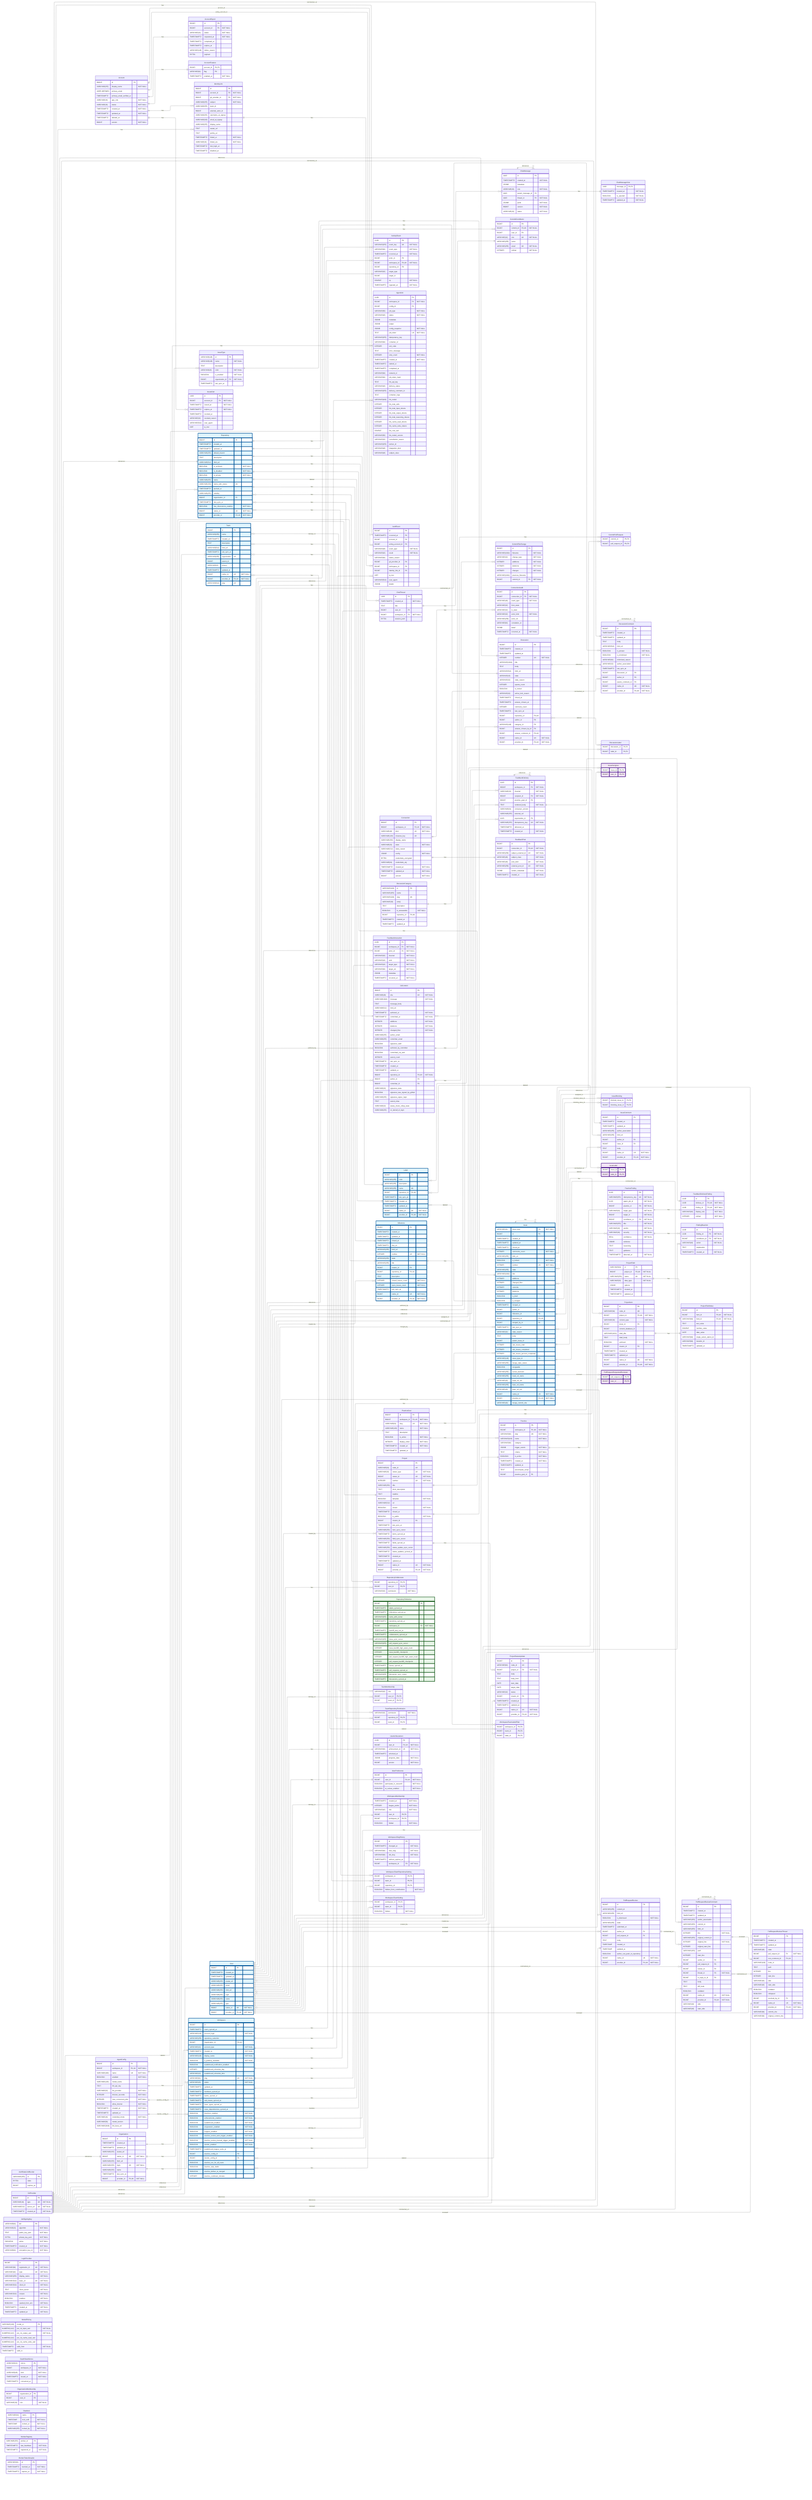
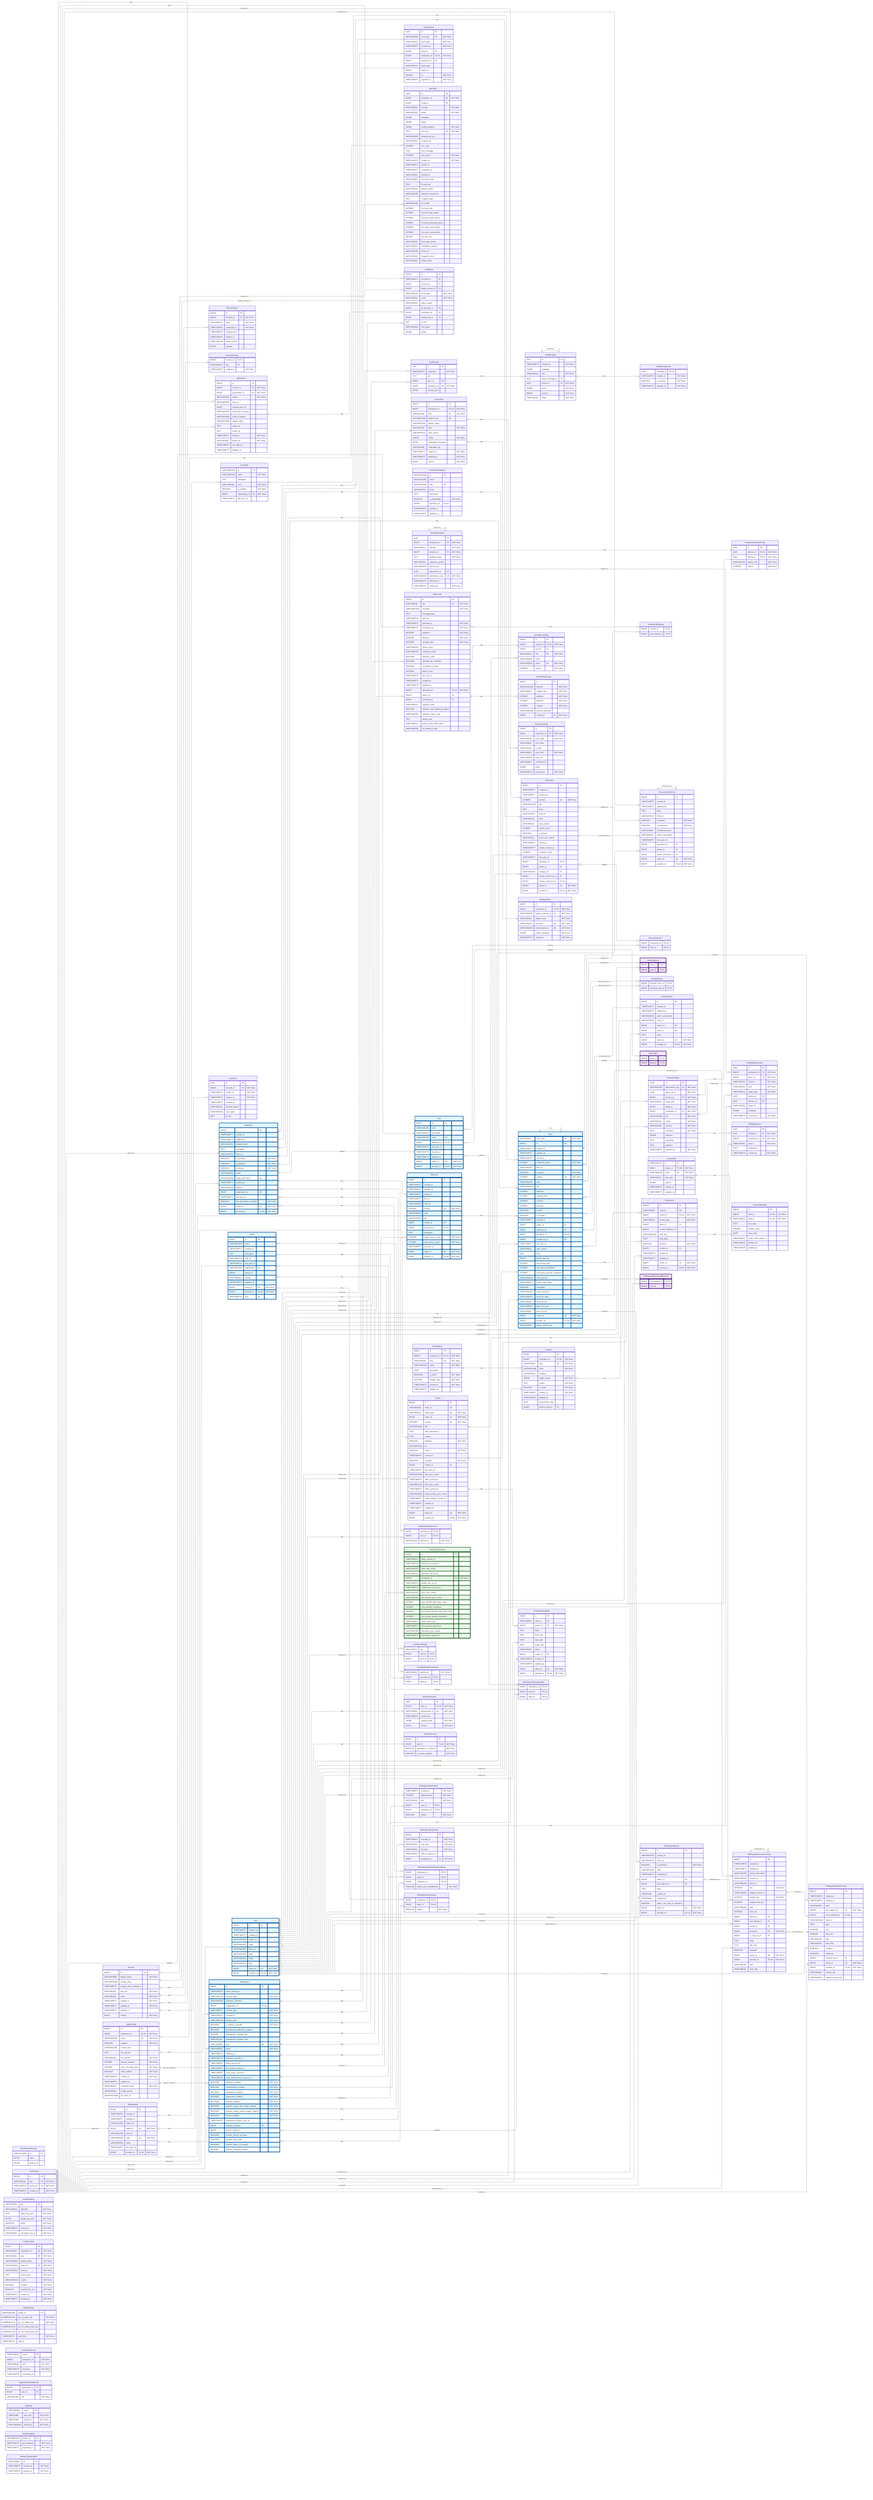
---
config:
    layout: elk
---
erDiagram
    %% Generated automatically from PostgreSQL database schema
    %% using scripts/generate-mermaid-erd.ts
    %% To regenerate: pnpm run db:generate-erd-docs

    direction LR

    Account {
        BIGINT id PK
        VARCHAR(255) display_name "NOT NULL"
        USER-DEFINED primary_email
        TIMESTAMPTZ primary_email_verified_at
        VARCHAR(16) app_role "NOT NULL"
        VARCHAR(16) status "NOT NULL"
        TIMESTAMPTZ created_at "NOT NULL"
        TIMESTAMPTZ updated_at "NOT NULL"
        TIMESTAMPTZ deleted_at
        BIGINT version "NOT NULL"
    }

    AccountExport {
        BIGINT id PK
        BIGINT account_id FK "NOT NULL"
        VARCHAR(16) status "NOT NULL"
        TIMESTAMPTZ requested_at "NOT NULL"
        TIMESTAMPTZ completed_at
        TIMESTAMPTZ expires_at
        VARCHAR(128) failure_reason
        BYTEA payload
    }

    AccountFeature {
        BIGINT account_id PK,FK
        VARCHAR(64) flag PK
        TIMESTAMPTZ enabled_at "NOT NULL"
    }

    ActivityEvent {
        UUID id PK
        VARCHAR(255) event_key UK "NOT NULL"
        VARCHAR(64) event_type "NOT NULL"
        TIMESTAMPTZ occurred_at "NOT NULL"
        BIGINT actor_id FK
        BIGINT workspace_id FK,UK "NOT NULL"
        BIGINT repository_id FK
        VARCHAR(32) target_type
        BIGINT target_id
        DOUBLE xp "NOT NULL"
        TIMESTAMPTZ ingested_at "NOT NULL"
    }

    AgentConfig {
        BIGINT id PK
        BIGINT workspace_id FK,UK "NOT NULL"
        VARCHAR(100) name UK "NOT NULL"
        BOOLEAN enabled "NOT NULL"
        VARCHAR(128) model_name
        TEXT llm_api_key
        VARCHAR(32) llm_provider "NOT NULL"
        INTEGER timeout_seconds "NOT NULL"
        INTEGER max_concurrent_jobs "NOT NULL"
        BOOLEAN allow_internet "NOT NULL"
        TIMESTAMPTZ created_at "NOT NULL"
        TIMESTAMPTZ updated_at
        VARCHAR(16) credential_mode "NOT NULL"
        VARCHAR(50) model_version
        VARCHAR(2048) llm_base_url
    }

    AgentJob {
        UUID id PK
        BIGINT workspace_id FK "NOT NULL"
        BIGINT config_id FK
        VARCHAR(50) job_type "NOT NULL"
        VARCHAR(20) status "NOT NULL"
        JSONB metadata
        JSONB output
        JSONB config_snapshot "NOT NULL"
        TEXT job_token UK "NOT NULL"
        VARCHAR(255) idempotency_key
        VARCHAR(64) container_id
        INTEGER exit_code
        TEXT error_message
        INTEGER retry_count "NOT NULL"
        TIMESTAMPTZ created_at "NOT NULL"
        TIMESTAMPTZ started_at
        TIMESTAMPTZ completed_at
        VARCHAR(64) network_id
        VARCHAR(64) job_token_hash
        TEXT llm_api_key
        VARCHAR(20) delivery_status
        VARCHAR(255) delivery_comment_id
        TEXT container_logs
        VARCHAR(100) llm_model
        INTEGER llm_total_calls
        INTEGER llm_total_input_tokens
        INTEGER llm_total_output_tokens
        INTEGER llm_total_reasoning_tokens
        INTEGER llm_cache_read_tokens
        INTEGER llm_cache_write_tokens
        DOUBLE llm_cost_usd
        VARCHAR(50) llm_model_version
        VARCHAR(32) cancellation_reason
        VARCHAR(255) worker_id
        VARCHAR(48) integration_kind
        VARCHAR(48) subject_class
    }

    AuthEvent {
        BIGINT id PK
        TIMESTAMPTZ occurred_at PK
        BIGINT account_id FK
        BIGINT acting_account_id FK
        VARCHAR(48) event_type "NOT NULL"
        VARCHAR(16) result "NOT NULL"
        VARCHAR(64) failure_reason
        BIGINT git_provider_id FK
        BIGINT workspace_id FK
        BIGINT identity_link_id FK
        INET ip_inet
        VARCHAR(512) user_agent
        JSONB details
    }

    AuthRateLimitBucket {
        VARCHAR(255) id PK
        BYTEA state
        BIGINT expires_at
    }

    ChatMessage {
        UUID id PK
        TIMESTAMPTZ created_at "NOT NULL"
        JSONB metadata
        VARCHAR(16) role "NOT NULL"
        UUID parent_message_id FK
        UUID thread_id FK "NOT NULL"
        JSONB parts "NOT NULL"
        BIGINT version "NOT NULL"
        VARCHAR(16) status "NOT NULL"
    }

    ChatMessageVote {
        UUID message_id PK,FK
        TIMESTAMPTZ created_at "NOT NULL"
        BOOLEAN is_upvoted "NOT NULL"
        TIMESTAMPTZ updated_at "NOT NULL"
    }

    ChatThread {
        UUID id PK
        TIMESTAMPTZ created_at "NOT NULL"
        TEXT title
        BIGINT user_id FK
        BIGINT workspace_id FK "NOT NULL"
        BYTEA session_jsonl
    }

    CommitContributor {
        BIGINT id PK
        BIGINT commit_id FK,UK "NOT NULL"
        BIGINT user_id FK
        VARCHAR(32) role UK "NOT NULL"
        VARCHAR(255) name
        VARCHAR(255) email UK "NOT NULL"
        INTEGER ordinal "NOT NULL"
    }

    CommitFileChange {
        BIGINT id PK
        VARCHAR(1024) filename "NOT NULL"
        VARCHAR(32) change_type "NOT NULL"
        INTEGER additions "NOT NULL"
        INTEGER deletions "NOT NULL"
        INTEGER changes "NOT NULL"
        VARCHAR(1024) previous_filename
        BIGINT commit_id FK "NOT NULL"
    }

    CommitPullRequest {
        BIGINT commit_id PK,FK
        BIGINT pull_request_id PK,FK
    }

    Connection {
        BIGINT id PK
        BIGINT workspace_id FK,UK "NOT NULL"
        VARCHAR(48) kind UK "NOT NULL"
        VARCHAR(128) instance_key UK
        VARCHAR(256) display_name
        VARCHAR(32) state "NOT NULL"
        VARCHAR(512) state_reason
        JSONB config "NOT NULL"
        BYTEA credentials_encrypted
        VARCHAR(64) credentials_alg
        TIMESTAMPTZ created_at "NOT NULL"
        TIMESTAMPTZ updated_at "NOT NULL"
        BIGINT version "NOT NULL"
    }

    ConnectionAudit {
        BIGINT id PK
        BIGINT connection_id FK "NOT NULL"
        VARCHAR(48) event_type "NOT NULL"
        VARCHAR(32) from_state
        VARCHAR(32) to_state
        VARCHAR(32) actor_kind "NOT NULL"
        VARCHAR(256) actor_ref
        VARCHAR(64) correlation_id
        JSONB detail
        TIMESTAMPTZ occurred_at "NOT NULL"
    }

    Discussion {
        BIGINT id PK
        TIMESTAMPTZ created_at
        TIMESTAMPTZ updated_at
        INTEGER number UK "NOT NULL"
        VARCHAR(1024) title
        TEXT body
        VARCHAR(512) html_url
        VARCHAR(16) state
        VARCHAR(32) state_reason
        INTEGER upvote_count
        BOOLEAN is_locked
        VARCHAR(32) active_lock_reason
        TIMESTAMPTZ closed_at
        TIMESTAMPTZ answer_chosen_at
        INTEGER comment_count
        TIMESTAMPTZ last_sync_at
        BIGINT repository_id FK,UK
        BIGINT author_id FK
        VARCHAR(128) category_id FK
        BIGINT answer_chosen_by_id FK
        BIGINT answer_comment_id FK,UK
        BIGINT native_id UK "NOT NULL"
        BIGINT provider_id FK,UK "NOT NULL"
    }

    DiscussionCategory {
        VARCHAR(128) id PK
        VARCHAR(255) name
        VARCHAR(128) slug UK
        VARCHAR(32) emoji
        TEXT description
        BOOLEAN is_answerable "NOT NULL"
        BIGINT repository_id FK,UK
        TIMESTAMPTZ created_at
        TIMESTAMPTZ updated_at
    }

    DiscussionComment {
        BIGINT id PK
        TIMESTAMPTZ created_at
        TIMESTAMPTZ updated_at
        TEXT body
        VARCHAR(512) html_url
        BOOLEAN is_answer "NOT NULL"
        BOOLEAN is_minimized "NOT NULL"
        VARCHAR(64) minimized_reason
        VARCHAR(32) author_association
        TIMESTAMPTZ last_sync_at
        BIGINT discussion_id FK
        BIGINT author_id FK
        BIGINT parent_comment_id FK
        BIGINT native_id UK "NOT NULL"
        BIGINT provider_id FK,UK "NOT NULL"
    }

    DiscussionLabel {
        BIGINT discussion_id PK,FK
        BIGINT label_id PK,FK
    }

    FeedbackDelivery {
        UUID id PK
        BIGINT workspace_id FK "NOT NULL"
        VARCHAR(32) channel "NOT NULL"
        BIGINT recipient_id FK "NOT NULL"
-         BIGINT practice_goal_id FK
        TEXT rendered_body "NOT NULL"
        VARCHAR(64) composer_version
        VARCHAR(255) external_ref
        UUID supersedes_id FK
        VARCHAR(255) idempotency_key UK "NOT NULL"
        TIMESTAMPTZ delivered_at
        TIMESTAMPTZ created_at "NOT NULL"
    }

    FeedbackDeliveryFinding {
        UUID id PK
        UUID delivery_id FK,UK "NOT NULL"
        UUID finding_id FK,UK "NOT NULL"
        VARCHAR(16) display_role "NOT NULL"
        INTEGER ordinal "NOT NULL"
    }

    FeedbackInteraction {
        UUID id PK
        BIGINT workspace_id FK "NOT NULL"
        BIGINT actor_id FK "NOT NULL"
        VARCHAR(32) channel "NOT NULL"
        VARCHAR(24) verb "NOT NULL"
        VARCHAR(24) target_type "NOT NULL"
-         VARCHAR(64) target_ref "NOT NULL"
+         UUID finding_id FK
+         UUID delivery_id FK
+         VARCHAR(64) target_ref
        JSONB metadata
        TIMESTAMPTZ occurred_at "NOT NULL"
    }

    FeedbackPost {
        BIGINT id PK
        BIGINT connection_id FK,UK "NOT NULL"
        VARCHAR(256) subject_external_id UK "NOT NULL"
        VARCHAR(48) subject_class "NOT NULL"
        VARCHAR(48) post_kind UK "NOT NULL"
        VARCHAR(256) external_post_id UK "NOT NULL"
        JSONB vendor_metadata "NOT NULL"
        TIMESTAMPTZ created_at "NOT NULL"
    }

    FindingReaction {
        UUID id PK
        UUID finding_id FK "NOT NULL"
        BIGINT contributor_id FK "NOT NULL"
        VARCHAR(16) action "NOT NULL"
        TEXT explanation
        TIMESTAMPTZ created_at "NOT NULL"
    }

    GitCommit {
        BIGINT id PK
        VARCHAR(40) sha UK "NOT NULL"
        VARCHAR(1024) message "NOT NULL"
        TEXT message_body
        VARCHAR(512) html_url
        TIMESTAMPTZ authored_at "NOT NULL"
        TIMESTAMPTZ committed_at "NOT NULL"
        INTEGER additions "NOT NULL"
        INTEGER deletions "NOT NULL"
        INTEGER changed_files "NOT NULL"
        VARCHAR(255) author_email
        VARCHAR(255) committer_email
        BOOLEAN signature_valid
        BOOLEAN authored_by_committer
        BOOLEAN committed_via_web
        INTEGER parent_count
        TIMESTAMPTZ last_sync_at
        TIMESTAMPTZ created_at
        TIMESTAMPTZ updated_at
        BIGINT repository_id FK,UK "NOT NULL"
        BIGINT author_id FK
        BIGINT committer_id FK
        VARCHAR(32) signature_state
        BOOLEAN signature_was_signed_by_github
        VARCHAR(255) signature_signer_login
        TEXT parent_shas
        VARCHAR(32) status_check_rollup_state
        VARCHAR(255) on_behalf_of_login
    }

    GitProvider {
        BIGINT id PK
        VARCHAR(10) type UK "NOT NULL"
        VARCHAR(512) server_url UK "NOT NULL"
        TIMESTAMPTZ created_at "NOT NULL"
    }

    IdentityLink {
        BIGINT id PK
        BIGINT account_id FK "NOT NULL"
        BIGINT git_provider_id FK "NOT NULL"
        VARCHAR(255) subject "NOT NULL"
        VARCHAR(255) team_id
        BIGINT external_actor_id
        VARCHAR(255) username_at_signup
        VARCHAR(320) email_at_signup
        VARCHAR(255) display_name
        TEXT avatar_url
        TEXT profile_url
        TIMESTAMPTZ linked_at "NOT NULL"
        VARCHAR(16) linked_via "NOT NULL"
        TIMESTAMPTZ last_login_at
        TIMESTAMPTZ disabled_at
    }

    Issue {
        VARCHAR(31) issue_type UK "NOT NULL"
        BIGINT id PK
        TIMESTAMPTZ created_at
        TIMESTAMPTZ updated_at
        TIMESTAMPTZ closed_at
        INTEGER comments_count "NOT NULL"
        VARCHAR(255) html_url
        BOOLEAN is_locked "NOT NULL"
        INTEGER number UK "NOT NULL"
        VARCHAR(255) state
        VARCHAR(1024) title
        INTEGER additions
        INTEGER changed_files
        INTEGER commits
        INTEGER deletions
        BOOLEAN is_draft
        BOOLEAN is_merged
        TIMESTAMPTZ merged_at
        BIGINT author_id FK
        BIGINT milestone_id FK
        BIGINT repository_id FK,UK
        BIGINT merged_by_id FK
        TIMESTAMPTZ last_sync_at
        VARCHAR(32) state_reason
        TEXT body
        BIGINT parent_issue_id FK
        INTEGER sub_issues_total
        INTEGER sub_issues_completed
        INTEGER sub_issues_percent_completed
        VARCHAR(128) issue_type_id FK
        VARCHAR(255) merge_state_status
        BOOLEAN mergeable
        VARCHAR(255) review_decision
        VARCHAR(255) head_ref_name
        VARCHAR(40) head_ref_oid
        VARCHAR(255) base_ref_name
        VARCHAR(40) base_ref_oid
        BIGINT native_id UK "NOT NULL"
        BIGINT provider_id FK,UK "NOT NULL"
        VARCHAR(40) merge_commit_sha
    }

    IssueAssignee {
        BIGINT issue_id PK,FK
        BIGINT user_id PK,FK
    }

    IssueBlocking {
        BIGINT blocked_issue_id PK,FK
        BIGINT blocking_issue_id PK,FK
    }

    IssueComment {
        BIGINT id PK
        TIMESTAMPTZ created_at
        TIMESTAMPTZ updated_at
        VARCHAR(255) author_association
        VARCHAR(255) html_url
        BIGINT author_id FK
        BIGINT issue_id FK
        TEXT body
        BIGINT native_id UK "NOT NULL"
        BIGINT provider_id FK,UK "NOT NULL"
    }

    IssueLabel {
        BIGINT issue_id PK,FK
        BIGINT label_id PK,FK
    }

    IssueType {
        VARCHAR(128) id PK
        VARCHAR(128) name "NOT NULL"
        TEXT description
        VARCHAR(20) color "NOT NULL"
        BOOLEAN is_enabled "NOT NULL"
        BIGINT organization_id FK "NOT NULL"
        TIMESTAMPTZ last_sync_at
    }

    IssuedJwt {
        UUID jti PK
        BIGINT account_id FK "NOT NULL"
        TIMESTAMPTZ issued_at "NOT NULL"
        TIMESTAMPTZ expires_at "NOT NULL"
        TIMESTAMPTZ revoked_at
        VARCHAR(32) revoked_reason
        VARCHAR(512) user_agent
        INET ip_inet
    }

    JwtSigningKey {
        VARCHAR(64) kid PK
        VARCHAR(16) algorithm "NOT NULL"
        TEXT public_key_pem "NOT NULL"
        BYTEA private_key_pem "NOT NULL"
        BOOLEAN active "NOT NULL"
        TIMESTAMPTZ created_at "NOT NULL"
        VARCHAR(64) encryption_key_id "NOT NULL"
    }

    Label {
        BIGINT id PK
        VARCHAR(255) color
        VARCHAR(255) description
        VARCHAR(255) name UK
        BIGINT repository_id FK,UK
        TIMESTAMPTZ last_sync_at
        TIMESTAMPTZ created_at
        TIMESTAMPTZ updated_at
        BIGINT native_id UK "NOT NULL"
        BIGINT provider_id FK,UK "NOT NULL"
    }

    LoginProvider {
        BIGINT id PK
        VARCHAR(64) registration_id UK "NOT NULL"
        VARCHAR(10) type UK "NOT NULL"
        VARCHAR(255) display_name "NOT NULL"
        VARCHAR(512) base_url UK "NOT NULL"
        VARCHAR(512) client_id "NOT NULL"
        TEXT client_secret "NOT NULL"
        VARCHAR(512) scopes "NOT NULL"
        BOOLEAN enabled "NOT NULL"
        BOOLEAN seeded_from_env "NOT NULL"
        TIMESTAMPTZ created_at "NOT NULL"
        TIMESTAMPTZ updated_at "NOT NULL"
    }

    Milestone {
        BIGINT id PK
        TIMESTAMPTZ created_at
        TIMESTAMPTZ updated_at
        TIMESTAMPTZ closed_at
        TIMESTAMPTZ due_on
        VARCHAR(255) html_url
        INTEGER number UK "NOT NULL"
        VARCHAR(255) state
        VARCHAR(255) title
        BIGINT creator_id FK
        BIGINT repository_id FK,UK
        TEXT description
        INTEGER closed_issues_count "NOT NULL"
        INTEGER open_issues_count "NOT NULL"
        TIMESTAMPTZ last_sync_at
        BIGINT native_id UK "NOT NULL"
        BIGINT provider_id FK,UK "NOT NULL"
    }

    ModelPricing {
        VARCHAR(128) model_id PK
        NUMERIC(12,6) per_1k_input_usd "NOT NULL"
        NUMERIC(12,6) per_1k_output_usd "NOT NULL"
        NUMERIC(12,6) per_1k_cache_read_usd
        NUMERIC(12,6) per_1k_cache_write_usd
        TIMESTAMPTZ valid_from "NOT NULL"
        TIMESTAMPTZ valid_to
    }

    OauthStateNonce {
        VARCHAR(32) nonce PK
        BIGINT workspace_id "NOT NULL"
        VARCHAR(48) kind "NOT NULL"
        TIMESTAMPTZ issued_at "NOT NULL"
        TIMESTAMPTZ consumed_at
    }

    Organization {
        BIGINT id PK
        TIMESTAMPTZ created_at
        TIMESTAMPTZ updated_at
        VARCHAR(255) avatar_url
        BIGINT native_id UK "NOT NULL"
        VARCHAR(255) html_url
        VARCHAR(255) login UK "NOT NULL"
        VARCHAR(255) name
        TIMESTAMPTZ last_sync_at
        BIGINT provider_id FK,UK "NOT NULL"
    }

    OrganizationMembership {
        BIGINT organization_id PK
        BIGINT user_id PK
        VARCHAR(32) role "NOT NULL"
    }

    Practice {
        BIGINT id PK
        BIGINT workspace_id FK,UK "NOT NULL"
        VARCHAR(64) slug UK "NOT NULL"
        VARCHAR(128) name "NOT NULL"
        VARCHAR(64) category
        JSONB trigger_events "NOT NULL"
        TEXT criteria "NOT NULL"
        BOOLEAN is_active "NOT NULL"
        TIMESTAMPTZ created_at "NOT NULL"
        TIMESTAMPTZ updated_at
        TEXT precompute_script
        BIGINT practice_goal_id FK
    }

    PracticeFinding {
        UUID id PK
        VARCHAR(255) idempotency_key UK "NOT NULL"
        UUID agent_job_id "NOT NULL"
        BIGINT practice_id FK "NOT NULL"
        VARCHAR(32) target_type "NOT NULL"
        BIGINT target_id "NOT NULL"
        BIGINT contributor_id FK "NOT NULL"
        VARCHAR(255) title "NOT NULL"
        VARCHAR(16) verdict "NOT NULL"
        VARCHAR(16) severity "NOT NULL"
        REAL confidence "NOT NULL"
        JSONB evidence
        TEXT reasoning
        TEXT guidance
        TIMESTAMPTZ detected_at "NOT NULL"
    }

    PracticeGoal {
        BIGINT id PK
        BIGINT workspace_id FK,UK "NOT NULL"
        VARCHAR(64) slug UK "NOT NULL"
        VARCHAR(128) name "NOT NULL"
        TEXT description
        BOOLEAN is_active "NOT NULL"
        INTEGER display_order "NOT NULL"
        TIMESTAMPTZ created_at "NOT NULL"
        TIMESTAMPTZ updated_at
    }

    Project {
        BIGINT id PK
        VARCHAR(64) node_id UK
        VARCHAR(32) owner_type UK "NOT NULL"
        BIGINT owner_id UK "NOT NULL"
        INTEGER number UK "NOT NULL"
        VARCHAR(256) title
        TEXT short_description
        TEXT readme
        BOOLEAN template "NOT NULL"
        VARCHAR(512) url
        BOOLEAN closed "NOT NULL"
        TIMESTAMPTZ closed_at
        BOOLEAN is_public "NOT NULL"
        BIGINT creator_id FK
        TIMESTAMPTZ last_sync_at
        VARCHAR(256) item_sync_cursor
        TIMESTAMPTZ items_synced_at
        VARCHAR(256) field_sync_cursor
        TIMESTAMPTZ fields_synced_at
        VARCHAR(256) status_update_sync_cursor
        TIMESTAMPTZ status_updates_synced_at
        TIMESTAMPTZ created_at
        TIMESTAMPTZ updated_at
        BIGINT native_id UK "NOT NULL"
        BIGINT provider_id FK,UK "NOT NULL"
    }

    ProjectField {
        VARCHAR(64) id PK
        BIGINT project_id FK,UK "NOT NULL"
        VARCHAR(256) name UK "NOT NULL"
        VARCHAR(32) data_type "NOT NULL"
        JSONB options
        TIMESTAMPTZ created_at
        TIMESTAMPTZ updated_at
    }

    ProjectFieldValue {
        BIGINT id PK
        BIGINT item_id FK,UK "NOT NULL"
        VARCHAR(64) field_id FK,UK "NOT NULL"
        TEXT text_value
        DOUBLE number_value
        DATE date_value
        VARCHAR(64) single_select_option_id
        VARCHAR(64) iteration_id
        TIMESTAMPTZ updated_at
    }

    ProjectItem {
        BIGINT id PK
        VARCHAR(64) node_id UK
        BIGINT project_id FK,UK "NOT NULL"
        VARCHAR(32) content_type "NOT NULL"
        BIGINT issue_id FK
        BIGINT content_database_id
        VARCHAR(1024) draft_title
        TEXT draft_body
        BOOLEAN archived "NOT NULL"
        BIGINT creator_id FK
        TIMESTAMPTZ created_at
        TIMESTAMPTZ updated_at
        BIGINT native_id UK "NOT NULL"
        BIGINT provider_id FK,UK "NOT NULL"
    }

    ProjectStatusUpdate {
        BIGINT id PK
        VARCHAR(64) node_id UK
        BIGINT project_id FK "NOT NULL"
        TEXT body
        TEXT body_html
        DATE start_date
        DATE target_date
        VARCHAR(32) status
        BIGINT creator_id FK
        TIMESTAMPTZ created_at
        TIMESTAMPTZ updated_at
        BIGINT native_id UK "NOT NULL"
        BIGINT provider_id FK,UK "NOT NULL"
    }

    PullRequestRequestedReviewer {
        BIGINT pull_request_id PK,FK
        BIGINT user_id PK,FK
    }

    PullRequestReview {
        BIGINT id PK
        VARCHAR(255) commit_id
        VARCHAR(255) html_url
        BOOLEAN is_dismissed "NOT NULL"
        VARCHAR(255) state
        TIMESTAMPTZ submitted_at
        BIGINT author_id FK
        BIGINT pull_request_id FK
        TEXT body
        TIMESTAMP created_at
        TIMESTAMP updated_at
        BOOLEAN author_can_push_to_repository
        BIGINT native_id UK "NOT NULL"
        BIGINT provider_id FK,UK "NOT NULL"
    }

    PullRequestReviewComment {
        BIGINT id PK
        TIMESTAMPTZ created_at
        TIMESTAMPTZ updated_at
        VARCHAR(255) author_association
        VARCHAR(255) commit_id
        VARCHAR(255) html_url
        INTEGER line "NOT NULL"
        VARCHAR(255) original_commit_id
        INTEGER original_line "NOT NULL"
        INTEGER original_start_line
        VARCHAR(255) path
        INTEGER start_line
        BIGINT author_id FK
        BIGINT pull_request_id FK
        BIGINT review_id FK
        BIGINT thread_id FK "NOT NULL"
        BIGINT in_reply_to_id FK
        TEXT body
        TEXT diff_hunk
        BOOLEAN outdated
        BIGINT native_id UK "NOT NULL"
        BIGINT provider_id FK,UK "NOT NULL"
        VARCHAR(16) side
        VARCHAR(16) start_side
    }

    PullRequestReviewThread {
        BIGINT id PK
        TIMESTAMPTZ created_at
        TIMESTAMPTZ updated_at
        VARCHAR(20) state
        BIGINT pull_request_id FK "NOT NULL"
        BIGINT root_comment_id FK,UK
        VARCHAR(128) node_id
        TEXT path
        INTEGER line
        INTEGER start_line
        VARCHAR(16) side
        VARCHAR(16) start_side
        BOOLEAN outdated
        BOOLEAN collapsed
        BIGINT resolved_by_id FK
        BIGINT native_id UK "NOT NULL"
        BIGINT provider_id FK,UK "NOT NULL"
        VARCHAR(64) commit_sha
        VARCHAR(64) original_commit_sha
    }

    Repository {
        BIGINT id PK
        TIMESTAMPTZ created_at
        TIMESTAMPTZ updated_at
        VARCHAR(255) default_branch
        TEXT description
        VARCHAR(512) html_url
        BOOLEAN is_archived "NOT NULL"
        BOOLEAN is_disabled "NOT NULL"
        BOOLEAN is_private "NOT NULL"
        VARCHAR(255) name
        VARCHAR(150) name_with_owner UK
        TIMESTAMPTZ pushed_at
        VARCHAR(255) visibility
        BIGINT organization_id FK
        TIMESTAMPTZ last_sync_at
        BOOLEAN has_discussions_enabled "NOT NULL"
        BIGINT native_id UK "NOT NULL"
        BIGINT provider_id FK,UK "NOT NULL"
    }

    RepositoryCollaborator {
        BIGINT repository_id PK,FK
        BIGINT user_id PK,FK
        VARCHAR(32) permission "NOT NULL"
    }

    RepositoryToMonitor {
        BIGINT id PK
        TIMESTAMPTZ labels_synced_at
        TIMESTAMPTZ milestones_synced_at
        VARCHAR(255) name_with_owner
        TIMESTAMPTZ repository_synced_at
        BIGINT workspace_id FK "NOT NULL"
        TIMESTAMPTZ backfill_last_run_at
        TIMESTAMPTZ collaborators_synced_at
        VARCHAR(255) issue_sync_cursor
        VARCHAR(255) pull_request_sync_cursor
        INTEGER issue_backfill_high_water_mark
        INTEGER issue_backfill_checkpoint
        INTEGER pull_request_backfill_high_water_mark
        INTEGER pull_request_backfill_checkpoint
        TIMESTAMPTZ issues_synced_at
        TIMESTAMPTZ pull_requests_synced_at
        VARCHAR(255) discussion_sync_cursor
        TIMESTAMPTZ discussions_synced_at
    }

    Shedlock {
        VARCHAR(64) name PK
        TIMESTAMP lock_until "NOT NULL"
        TIMESTAMP locked_at "NOT NULL"
        VARCHAR(255) locked_by "NOT NULL"
    }

    Team {
        BIGINT id PK
        VARCHAR(255) name
        TIMESTAMPTZ created_at
        TEXT description
        VARCHAR(512) html_url
        TIMESTAMPTZ last_sync_at
        VARCHAR(255) organization UK
        BIGINT parent_id
        VARCHAR(32) privacy
        TIMESTAMPTZ updated_at
        BIGINT native_id UK "NOT NULL"
        BIGINT provider_id FK,UK "NOT NULL"
        VARCHAR(512) slug UK
    }

    TeamMembership {
        VARCHAR(32) role
        BIGINT user_id PK,FK
        BIGINT team_id PK,FK
    }

    TeamRepositoryPermission {
        VARCHAR(32) permission "NOT NULL"
        BIGINT repository_id PK,FK
        BIGINT team_id PK,FK
    }

    User {
        BIGINT id PK
        TIMESTAMPTZ created_at
        TIMESTAMPTZ updated_at
        VARCHAR(255) avatar_url
        VARCHAR(255) email
        VARCHAR(255) html_url
        VARCHAR(255) login
        VARCHAR(255) name
        VARCHAR(255) type
        BIGINT native_id UK "NOT NULL"
        BIGINT provider_id FK,UK "NOT NULL"
    }

    UserAchievement {
        UUID id PK
        BIGINT user_id FK,UK "NOT NULL"
        VARCHAR(64) achievement_id UK "NOT NULL"
        TIMESTAMPTZ unlocked_at
        JSONB progress_data "NOT NULL"
        BIGINT version "NOT NULL"
    }

    UserPreference {
        BIGINT id PK
        BIGINT user_id FK,UK "NOT NULL"
        BOOLEAN participate_in_research "NOT NULL"
        BOOLEAN ai_review_enabled "NOT NULL"
    }

    WorkerRegistry {
        VARCHAR(255) worker_id PK
        TIMESTAMPTZ last_heartbeat "NOT NULL"
        TIMESTAMPTZ registered_at "NOT NULL"
    }

    WorkerTokenDenylist {
        VARCHAR(64) jti PK
        TIMESTAMPTZ revoked_at "NOT NULL"
        TIMESTAMPTZ expires_at "NOT NULL"
    }

    Workspace {
        BIGINT id PK
        TIMESTAMPTZ users_synced_at
        VARCHAR(120) account_login "NOT NULL"
        VARCHAR(255) repository_selection
        BIGINT organization_id FK,UK
        VARCHAR(10) account_type "NOT NULL"
        TIMESTAMPTZ created_at "NOT NULL"
        VARCHAR(120) display_name "NOT NULL"
        BOOLEAN is_publicly_viewable "NOT NULL"
        BOOLEAN leaderboard_notification_enabled
        INTEGER leaderboard_schedule_day
        VARCHAR(10) leaderboard_schedule_time
        VARCHAR(64) slug UK "NOT NULL"
        VARCHAR(20) status "NOT NULL"
        TIMESTAMPTZ updated_at
        TIMESTAMPTZ members_synced_at
        TIMESTAMPTZ teams_synced_at
        TIMESTAMPTZ sub_issues_synced_at
        TIMESTAMPTZ issue_types_synced_at
        TIMESTAMPTZ issue_dependencies_synced_at
        BOOLEAN practices_enabled "NOT NULL"
        BOOLEAN achievements_enabled "NOT NULL"
        BOOLEAN leaderboard_enabled "NOT NULL"
        BOOLEAN progression_enabled "NOT NULL"
        BOOLEAN leagues_enabled "NOT NULL"
        BOOLEAN practice_review_auto_trigger_enabled "NOT NULL"
        BOOLEAN practice_review_manual_trigger_enabled "NOT NULL"
        BOOLEAN mentor_enabled "NOT NULL"
        TIMESTAMPTZ leaderboard_league_cycle_at
        BIGINT practice_config_id FK
        BIGINT mentor_config_id FK
        BOOLEAN practice_run_for_all_users
        BOOLEAN practice_skip_drafts
        BOOLEAN practice_deliver_to_merged
        INTEGER practice_cooldown_minutes
    }

    WorkspaceMembership {
        TIMESTAMPTZ created_at "NOT NULL"
        INTEGER league_points "NOT NULL"
        VARCHAR(16) role "NOT NULL"
        BIGINT user_id PK,FK
        BIGINT workspace_id PK,FK
        BOOLEAN hidden "NOT NULL"
    }

    WorkspaceSlugHistory {
        BIGINT id PK
        TIMESTAMPTZ changed_at "NOT NULL"
        VARCHAR(64) new_slug "NOT NULL"
        VARCHAR(64) old_slug "NOT NULL"
        TIMESTAMPTZ redirect_expires_at
        BIGINT workspace_id FK "NOT NULL"
    }

    WorkspaceTeamLabelFilter {
        BIGINT workspace_id PK,FK
        BIGINT team_id PK,FK
        BIGINT label_id PK,FK
    }

    WorkspaceTeamRepositorySetting {
        BIGINT workspace_id PK,FK
        BIGINT team_id PK,FK
        BIGINT repository_id PK,FK
        BOOLEAN hidden_from_contributions "NOT NULL"
    }

    WorkspaceTeamSetting {
        BIGINT workspace_id PK,FK
        BIGINT team_id PK,FK
        BOOLEAN hidden "NOT NULL"
    }

    %% Relationships
    %% One-to-One relationships
    Account ||--|| AccountFeature : has
    Workspace ||--|| ActivityEvent : has
    Workspace ||--|| AgentConfig : has
    ChatMessage ||--|| ChatMessageVote : has
    GitCommit ||--|| CommitContributor : has
    Workspace ||--|| Connection : has
    Repository ||--|| Discussion : has
    DiscussionComment ||--|| Discussion : references
    GitProvider ||--|| Discussion : references
    Repository ||--|| DiscussionCategory : has
    GitProvider ||--|| DiscussionComment : commented_on
    FeedbackDelivery ||--|| FeedbackDeliveryFinding : has
    PracticeFinding ||--|| FeedbackDeliveryFinding : has
    Connection ||--|| FeedbackPost : has
    Repository ||--|| GitCommit : has
    Repository ||--|| Issue : has
    GitProvider ||--|| Issue : references
    GitProvider ||--|| IssueComment : commented_on
    Repository ||--|| Label : labeled
    GitProvider ||--|| Label : labeled
    Repository ||--|| Milestone : has
    GitProvider ||--|| Milestone : references
    GitProvider ||--|| Organization : references
    Workspace ||--|| Practice : has
    Workspace ||--|| PracticeGoal : has
    GitProvider ||--|| Project : references
    Project ||--|| ProjectField : has
    ProjectItem ||--|| ProjectFieldValue : has
    ProjectField ||--|| ProjectFieldValue : has
    Project ||--|| ProjectItem : has
    GitProvider ||--|| ProjectItem : references
    GitProvider ||--|| ProjectStatusUpdate : references
    GitProvider ||--|| PullRequestReview : reviewed
    GitProvider ||--|| PullRequestReviewComment : commented_on
    PullRequestReviewComment ||--|| PullRequestReviewThread : reviewed
    GitProvider ||--|| PullRequestReviewThread : reviewed
    GitProvider ||--|| Repository : references
    GitProvider ||--|| Team : references
    GitProvider ||--|| User : references
    User ||--|| UserAchievement : has
    User ||--|| UserPreference : has
    Organization ||--|| Workspace : has
    User ||--|| WorkspaceMembership : belongs_to
    Workspace ||--|| WorkspaceMembership : belongs_to

    %% One-to-Many relationships
    Account ||--o{ AccountExport : has
    User ||--o{ ActivityEvent : references
    Repository ||--o{ ActivityEvent : has
    Workspace ||--o{ AgentJob : has
    AgentConfig ||--o{ AgentJob : has
    Account ||--o{ AuthEvent : account_id
    Account ||--o{ AuthEvent : acting_account_id
    GitProvider ||--o{ AuthEvent : has
    Workspace ||--o{ AuthEvent : has
    IdentityLink ||--o{ AuthEvent : has
    ChatMessage ||--o{ ChatMessage : references
    ChatThread ||--o{ ChatMessage : has
    User ||--o{ ChatThread : has
    Workspace ||--o{ ChatThread : has
    User ||--o{ CommitContributor : has
    GitCommit ||--o{ CommitFileChange : has
    Connection ||--o{ ConnectionAudit : has
    User ||--o{ Discussion : authored_by
    DiscussionCategory ||--o{ Discussion : has
    User ||--o{ Discussion : references
    Discussion ||--o{ DiscussionComment : commented_on
    User ||--o{ DiscussionComment : commented_on
    DiscussionComment ||--o{ DiscussionComment : commented_on
    Workspace ||--o{ FeedbackDelivery : has
    User ||--o{ FeedbackDelivery : references
-     PracticeGoal ||--o{ FeedbackDelivery : has
    FeedbackDelivery ||--o{ FeedbackDelivery : references
    Workspace ||--o{ FeedbackInteraction : has
    User ||--o{ FeedbackInteraction : references
+     PracticeFinding ||--o{ FeedbackInteraction : references
+     FeedbackDelivery ||--o{ FeedbackInteraction : references
    PracticeFinding ||--o{ FindingReaction : has
    User ||--o{ FindingReaction : references
    User ||--o{ GitCommit : authored_by
    User ||--o{ GitCommit : references
    Account ||--o{ IdentityLink : has
    GitProvider ||--o{ IdentityLink : has
    User ||--o{ Issue : authored_by
    Milestone ||--o{ Issue : has
    User ||--o{ Issue : merged_by
    Issue ||--o{ Issue : has
    IssueType ||--o{ Issue : has
    User ||--o{ IssueComment : commented_on
    Issue ||--o{ IssueComment : commented_on
    Organization ||--o{ IssueType : has
    Account ||--o{ IssuedJwt : has
    User ||--o{ Milestone : created_by
    PracticeGoal ||--o{ Practice : has
    Practice ||--o{ PracticeFinding : has
    User ||--o{ PracticeFinding : references
    User ||--o{ Project : created_by
    Issue ||--o{ ProjectItem : has
    User ||--o{ ProjectItem : created_by
    Project ||--o{ ProjectStatusUpdate : has
    User ||--o{ ProjectStatusUpdate : created_by
    User ||--o{ PullRequestReview : reviewed
    Issue ||--o{ PullRequestReview : reviewed
    User ||--o{ PullRequestReviewComment : commented_on
    Issue ||--o{ PullRequestReviewComment : commented_on
    PullRequestReview ||--o{ PullRequestReviewComment : commented_on
    PullRequestReviewThread ||--o{ PullRequestReviewComment : commented_on
    PullRequestReviewComment ||--o{ PullRequestReviewComment : commented_on
    Issue ||--o{ PullRequestReviewThread : reviewed
    User ||--o{ PullRequestReviewThread : reviewed
    Organization ||--o{ Repository : has
    Workspace ||--o{ RepositoryToMonitor : monitors
    AgentConfig ||--o{ Workspace : practice_config_id
    AgentConfig ||--o{ Workspace : mentor_config_id
    Workspace ||--o{ WorkspaceSlugHistory : has

    %% Many-to-Many relationships
    GitCommit }o--o{ CommitPullRequest : has
    Issue }o--o{ CommitPullRequest : references
    Discussion }o--o{ DiscussionLabel : labeled
    Label }o--o{ DiscussionLabel : labeled
    Issue }o--o{ IssueAssignee : assigned_to
    User }o--o{ IssueAssignee : assigned_to
    Issue }o--o{ IssueBlocking : blocked_issue_id
    Issue }o--o{ IssueBlocking : blocking_issue_id
    Issue }o--o{ IssueLabel : labeled
    Label }o--o{ IssueLabel : labeled
    Issue }o--o{ PullRequestRequestedReviewer : reviewed
    User }o--o{ PullRequestRequestedReviewer : reviewed
    Repository }o--o{ RepositoryCollaborator : has
    User }o--o{ RepositoryCollaborator : has
    User }o--o{ TeamMembership : belongs_to
    Team }o--o{ TeamMembership : belongs_to
    Repository }o--o{ TeamRepositoryPermission : has
    Team }o--o{ TeamRepositoryPermission : has
    Workspace }o--o{ WorkspaceTeamLabelFilter : labeled
    Team }o--o{ WorkspaceTeamLabelFilter : labeled
    Label }o--o{ WorkspaceTeamLabelFilter : labeled
    Workspace }o--o{ WorkspaceTeamRepositorySetting : has
    Team }o--o{ WorkspaceTeamRepositorySetting : has
    Repository }o--o{ WorkspaceTeamRepositorySetting : has
    Workspace }o--o{ WorkspaceTeamSetting : has
    Team }o--o{ WorkspaceTeamSetting : has

    %% Styling
    classDef primaryEntity fill:#e1f5fe,stroke:#01579b,stroke-width:2px
    classDef associationEntity fill:#f3e5f5,stroke:#4a148c,stroke-width:2px
    classDef metadataEntity fill:#e8f5e8,stroke:#1b5e20,stroke-width:2px

    class Issue primaryEntity
    class IssueAssignee associationEntity
    class IssueLabel associationEntity
    class Label primaryEntity
    class Milestone primaryEntity
    class PullRequestRequestedReviewer associationEntity
    class Repository primaryEntity
    class RepositoryToMonitor metadataEntity
    class Team primaryEntity
    class User primaryEntity
    class Workspace primaryEntity
